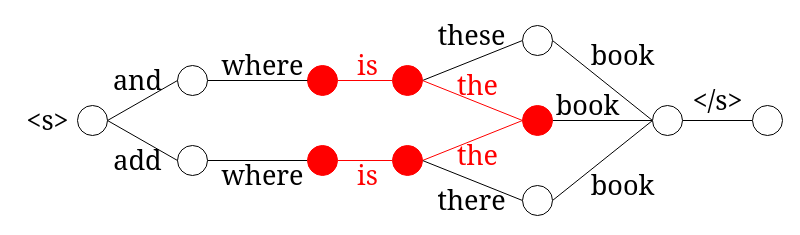
This is 5-gram In-Lattice History Clustering based Lattice Rescoring.drawio from AmourWaltz/OtherProjects, a draw.io file, before an edit. Source tidied: cells renumbered, new cells numbered last; positions are measured from the earlier drawing's top-left corner, leaving out a move shared by most shapes. Both pictures are drawn from the tidied source at 100%, with x=0, y=0 at pixel (17, 25).
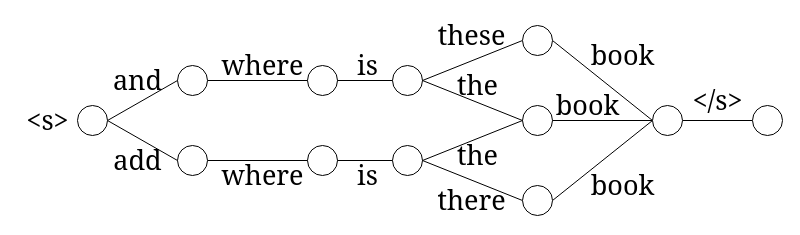
The same page after the edit.

What changed in the source:
```diff
@@
-    <mxCell id="2" style="rounded=0;jettySize=auto;html=1;exitX=1;exitY=0.5;exitDx=0;exitDy=0;entryX=0;entryY=0.5;entryDx=0;entryDy=0;endArrow=none;endFill=0;fontColor=#FF0000;strokeColor=#FF0000;fillColor=#e51400;" parent="1" edge="1" source="4" target="7">
+    <mxCell id="2" style="rounded=0;jettySize=auto;html=1;exitX=1;exitY=0.5;exitDx=0;exitDy=0;entryX=0;entryY=0.5;entryDx=0;entryDy=0;endArrow=none;endFill=0;fontColor=#000000;strokeColor=#000000;fillColor=#e51400;" parent="1" edge="1" source="4" target="7">
       <mxGeometry relative="1" as="geometry" />
     </mxCell>
-    <mxCell id="3" style="edgeStyle=none;rounded=0;jettySize=auto;html=1;exitX=1;exitY=0.5;exitDx=0;exitDy=0;entryX=0;entryY=0.5;entryDx=0;entryDy=0;endArrow=none;endFill=0;fontColor=#FF0000;strokeColor=#FF0000;fillColor=#e51400;" parent="1" edge="1" source="24" target="10">
+    <mxCell id="3" style="edgeStyle=none;rounded=0;jettySize=auto;html=1;exitX=1;exitY=0.5;exitDx=0;exitDy=0;entryX=0;entryY=0.5;entryDx=0;entryDy=0;endArrow=none;endFill=0;fontColor=#000000;strokeColor=#000000;fillColor=#e51400;" parent="1" edge="1" source="24" target="10">
       <mxGeometry relative="1" as="geometry" />
     </mxCell>
-    <mxCell id="4" style="ellipse;whiteSpace=wrap;html=1;fontColor=#ffffff;strokeColor=#FF0000;fillColor=#FF0000;" parent="1" vertex="1">
+    <mxCell id="4" style="ellipse;whiteSpace=wrap;html=1;fillColor=none;" parent="1" vertex="1">
       <mxGeometry x="290" y="40" width="30" height="30" as="geometry" />
     </mxCell>
@@
-    <mxCell id="6" style="edgeStyle=none;rounded=0;jettySize=auto;html=1;exitX=1;exitY=0.5;exitDx=0;exitDy=0;entryX=0;entryY=0.5;entryDx=0;entryDy=0;endArrow=none;endFill=0;strokeColor=#FF0000;fillColor=#e51400;" parent="1" edge="1" source="7" target="14">
+    <mxCell id="6" style="edgeStyle=none;rounded=0;jettySize=auto;html=1;exitX=1;exitY=0.5;exitDx=0;exitDy=0;entryX=0;entryY=0.5;entryDx=0;entryDy=0;endArrow=none;endFill=0;strokeColor=#000000;fillColor=#e51400;" parent="1" edge="1" source="7" target="14">
       <mxGeometry relative="1" as="geometry" />
     </mxCell>
-    <mxCell id="7" style="ellipse;whiteSpace=wrap;html=1;fontColor=#ffffff;strokeColor=#FF0000;fillColor=#FF0000;" parent="1" vertex="1">
+    <mxCell id="7" style="ellipse;whiteSpace=wrap;html=1;fillColor=none;fontColor=#000000;" parent="1" vertex="1">
       <mxGeometry x="375" y="40" width="30" height="30" as="geometry" />
     </mxCell>
-    <mxCell id="8" style="edgeStyle=none;rounded=0;jettySize=auto;html=1;exitX=1;exitY=0.5;exitDx=0;exitDy=0;endArrow=none;endFill=0;entryX=0;entryY=0.5;entryDx=0;entryDy=0;strokeColor=#FF0000;fillColor=#e51400;" parent="1" edge="1" source="10" target="14">
+    <mxCell id="8" style="edgeStyle=none;rounded=0;jettySize=auto;html=1;exitX=1;exitY=0.5;exitDx=0;exitDy=0;endArrow=none;endFill=0;entryX=0;entryY=0.5;entryDx=0;entryDy=0;strokeColor=#000000;fillColor=#e51400;" parent="1" edge="1" source="10" target="14">
       <mxGeometry relative="1" as="geometry" />
     </mxCell>
@@
-    <mxCell id="10" style="ellipse;whiteSpace=wrap;html=1;fontColor=#ffffff;strokeColor=#FF0000;fillColor=#FF0000;" parent="1" vertex="1">
+    <mxCell id="10" style="ellipse;whiteSpace=wrap;html=1;fillColor=none;fontColor=#000000;" parent="1" vertex="1">
       <mxGeometry x="375" y="120" width="30" height="30" as="geometry" />
     </mxCell>
@@
-    <mxCell id="14" style="ellipse;whiteSpace=wrap;html=1;strokeColor=#FF0000;fillColor=#FF0000;fontColor=#ffffff;" parent="1" vertex="1">
+    <mxCell id="14" style="ellipse;whiteSpace=wrap;html=1;fillColor=none;" parent="1" vertex="1">
       <mxGeometry x="505" y="80" width="30" height="30" as="geometry" />
     </mxCell>
@@
-    <mxCell id="24" style="ellipse;whiteSpace=wrap;html=1;fontColor=#ffffff;strokeColor=#FF0000;fillColor=#FF0000;" parent="1" vertex="1">
+    <mxCell id="24" style="ellipse;whiteSpace=wrap;html=1;fillColor=none;" parent="1" vertex="1">
       <mxGeometry x="290" y="120" width="30" height="30" as="geometry" />
     </mxCell>
@@
-    <mxCell id="27" value="&lt;font style=&quot;font-size: 27px&quot; face=&quot;Georgia&quot;&gt;is&lt;/font&gt;" style="text;html=1;align=center;verticalAlign=middle;strokeColor=none;fillColor=none;fontColor=#FF0000;" parent="1" vertex="1">
+    <mxCell id="27" value="&lt;font style=&quot;font-size: 27px&quot; face=&quot;Georgia&quot;&gt;is&lt;/font&gt;" style="text;html=1;align=center;verticalAlign=middle;strokeColor=none;fillColor=none;fontColor=#000000;" parent="1" vertex="1">
       <mxGeometry x="330" y="30" width="40" height="20" as="geometry" />
     </mxCell>
-    <mxCell id="28" value="&lt;font style=&quot;font-size: 27px&quot; face=&quot;Georgia&quot;&gt;is&lt;/font&gt;" style="text;html=1;align=center;verticalAlign=middle;strokeColor=none;fillColor=none;fontColor=#FF0000;" parent="1" vertex="1">
+    <mxCell id="28" value="&lt;font style=&quot;font-size: 27px&quot; face=&quot;Georgia&quot;&gt;is&lt;/font&gt;" style="text;html=1;align=center;verticalAlign=middle;strokeColor=none;fillColor=none;fontColor=#000000;" parent="1" vertex="1">
       <mxGeometry x="330" y="140" width="40" height="20" as="geometry" />
     </mxCell>
-    <mxCell id="29" value="&lt;font style=&quot;font-size: 27px&quot; face=&quot;Georgia&quot;&gt;the&lt;/font&gt;" style="text;html=1;align=center;verticalAlign=middle;strokeColor=none;fillColor=none;fontColor=#FF0000;" parent="1" vertex="1">
+    <mxCell id="29" value="&lt;font style=&quot;font-size: 27px&quot; face=&quot;Georgia&quot;&gt;the&lt;/font&gt;" style="text;html=1;align=center;verticalAlign=middle;strokeColor=none;fillColor=none;fontColor=#000000;" parent="1" vertex="1">
       <mxGeometry x="435" y="120" width="50" height="20" as="geometry" />
     </mxCell>
-    <mxCell id="30" value="&lt;font style=&quot;font-size: 27px&quot; face=&quot;Georgia&quot;&gt;the&lt;/font&gt;" style="text;html=1;align=center;verticalAlign=middle;strokeColor=none;fillColor=none;fontColor=#FF0000;" parent="1" vertex="1">
+    <mxCell id="30" value="&lt;font style=&quot;font-size: 27px&quot; face=&quot;Georgia&quot;&gt;the&lt;/font&gt;" style="text;html=1;align=center;verticalAlign=middle;strokeColor=none;fillColor=none;fontColor=#000000;" parent="1" vertex="1">
       <mxGeometry x="435" y="50" width="50" height="20" as="geometry" />
     </mxCell>
@@
-    <mxCell id="32" value="&lt;font style=&quot;font-size: 27px&quot; face=&quot;Georgia&quot;&gt;there&lt;/font&gt;" style="text;html=1;align=center;verticalAlign=middle;strokeColor=none;fillColor=none;" parent="1" vertex="1">
+    <mxCell id="32" value="&lt;font style=&quot;font-size: 27px&quot; face=&quot;Georgia&quot;&gt;there&lt;/font&gt;" style="text;html=1;align=center;verticalAlign=middle;strokeColor=none;fillColor=none;fontColor=#000000;" parent="1" vertex="1">
       <mxGeometry x="414" y="165" width="80" height="20" as="geometry" />
     </mxCell>
```
